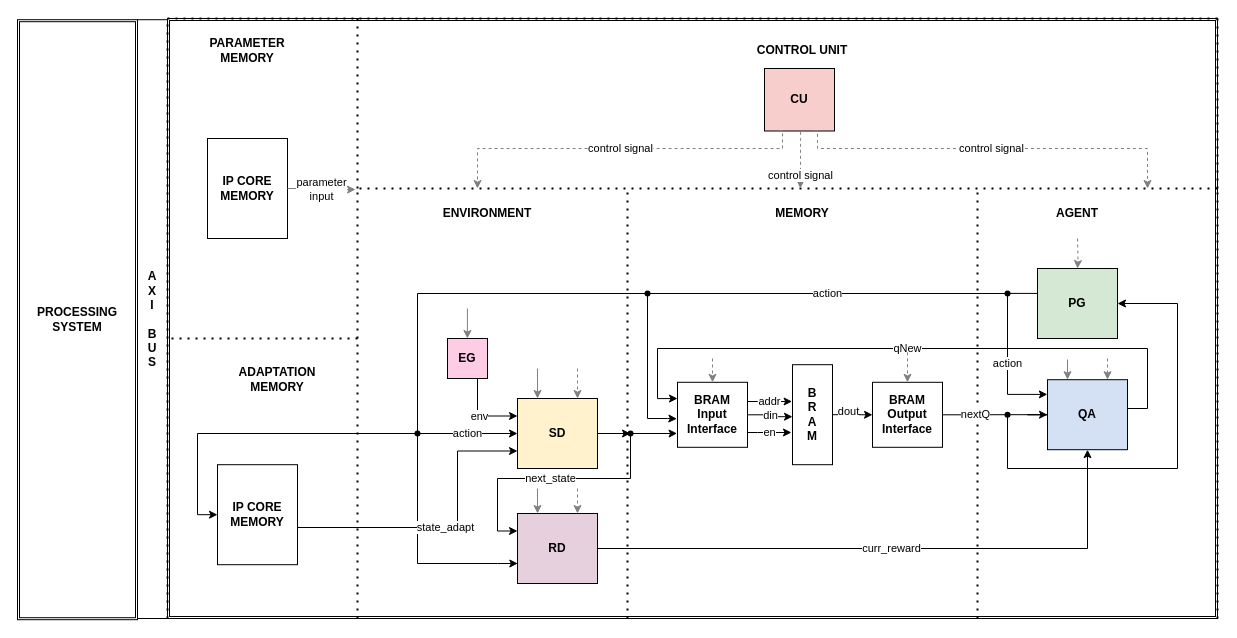
Before: page "Sytem" (2 of 4) of intelight.drawio in zulfikarna/intelight, a draw.io diagram. Source tidied: cells renumbered, new cells numbered last; positions are measured from the earlier drawing's top-left corner, leaving out a move shared by most shapes. Both pictures are drawn from the tidied source at 100%, with x=0, y=0 at pixel (17, 18).
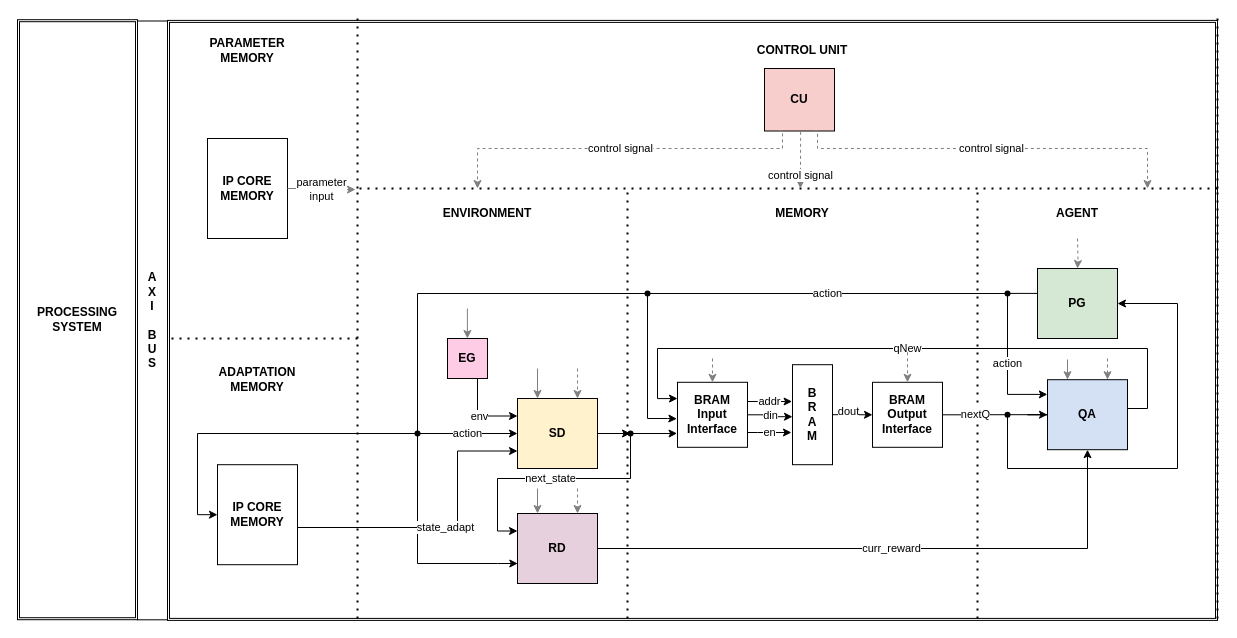
The same diagram, later.

Diff of the diagram source:
```diff
@@
+    <mxCell id="71" style="shape=ext;double=1;rounded=0;whiteSpace=wrap;html=1;fillColor=none;" parent="1" vertex="1">
+      <mxGeometry x="150" y="1.9" width="1050" height="600" as="geometry" />
+    </mxCell>
@@
-    <mxCell id="60" style="endArrow=none;dashed=1;html=1;dashPattern=1 3;strokeWidth=2;rounded=0;" parent="1" edge="1">
-      <mxGeometry relative="1" as="geometry">
-        <mxPoint x="1200" as="sourcePoint" />
-        <mxPoint x="150" as="targetPoint" />
-      </mxGeometry>
-    </mxCell>
@@
     <mxCell id="64" value="&lt;b&gt;ADAPTATION MEMORY&lt;/b&gt;" style="text;html=1;strokeColor=none;fillColor=none;align=center;verticalAlign=middle;whiteSpace=wrap;rounded=0;" parent="1" vertex="1">
-      <mxGeometry x="230" y="346.2" width="60" height="30" as="geometry" />
+      <mxGeometry x="210" y="346.2" width="60" height="30" as="geometry" />
     </mxCell>
@@
-    <mxCell id="70" style="endArrow=none;dashed=1;html=1;dashPattern=1 3;strokeWidth=2;rounded=0;" parent="1" edge="1">
-      <mxGeometry relative="1" as="geometry">
-        <mxPoint x="150" y="600" as="sourcePoint" />
-        <mxPoint x="150" as="targetPoint" />
-      </mxGeometry>
-    </mxCell>
-    <mxCell id="71" style="shape=ext;double=1;rounded=0;whiteSpace=wrap;html=1;fillColor=none;" parent="1" vertex="1">
-      <mxGeometry x="150" width="1050" height="600" as="geometry" />
-    </mxCell>
@@
     <mxCell id="73" value="&lt;b&gt;A&lt;br&gt;X&lt;br&gt;I&lt;br&gt;&amp;nbsp;&lt;br&gt;B&lt;br&gt;U&lt;br&gt;S&lt;/b&gt;" style="rounded=0;whiteSpace=wrap;html=1;fillColor=none;" parent="1" vertex="1">
-      <mxGeometry x="120" y="1.2" width="30" height="598.8" as="geometry" />
+      <mxGeometry x="120" y="2.5" width="30" height="598.8" as="geometry" />
     </mxCell>
```
